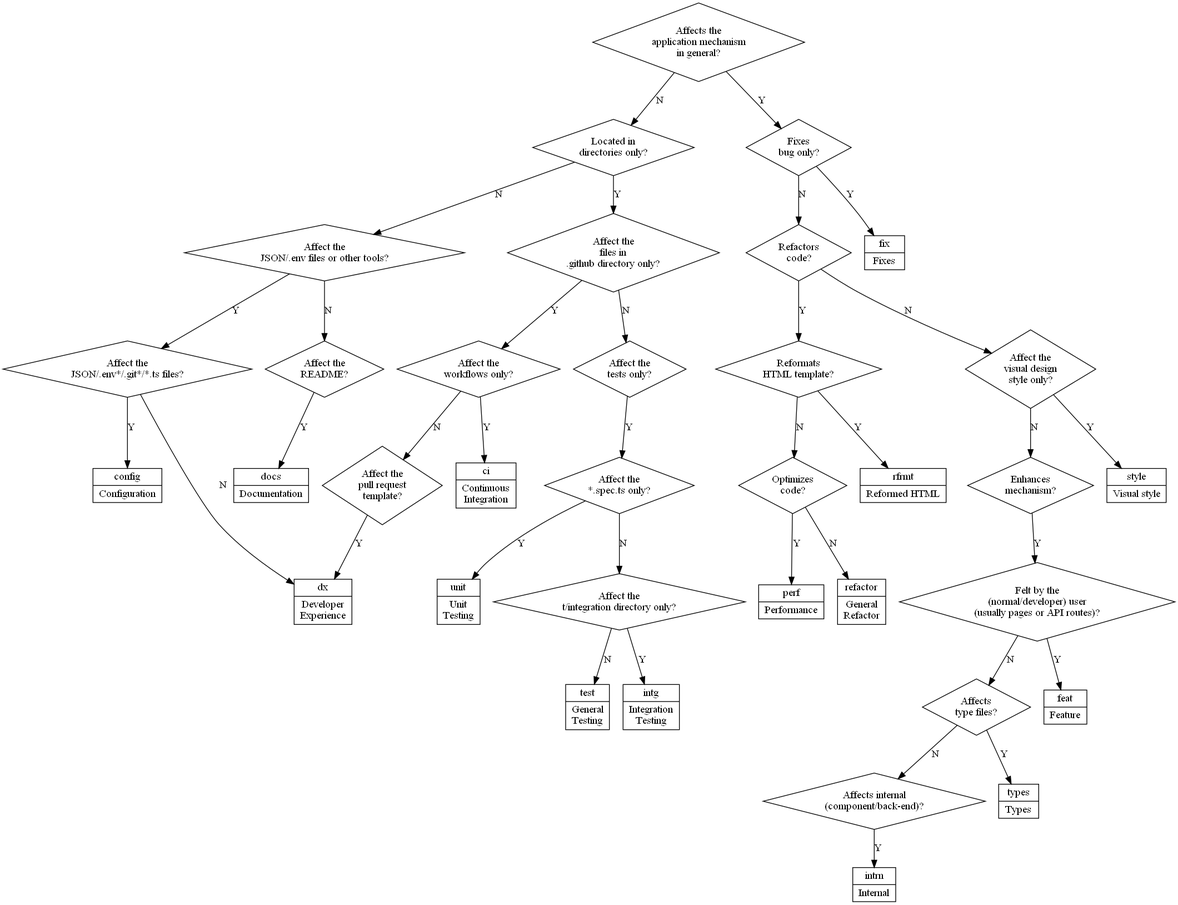
Above: dx/commit_type_guide.png in lemredd/talakutnangan (Graphviz), before the change. Its source is kept beside it as dx/commit_type_guide.dot.
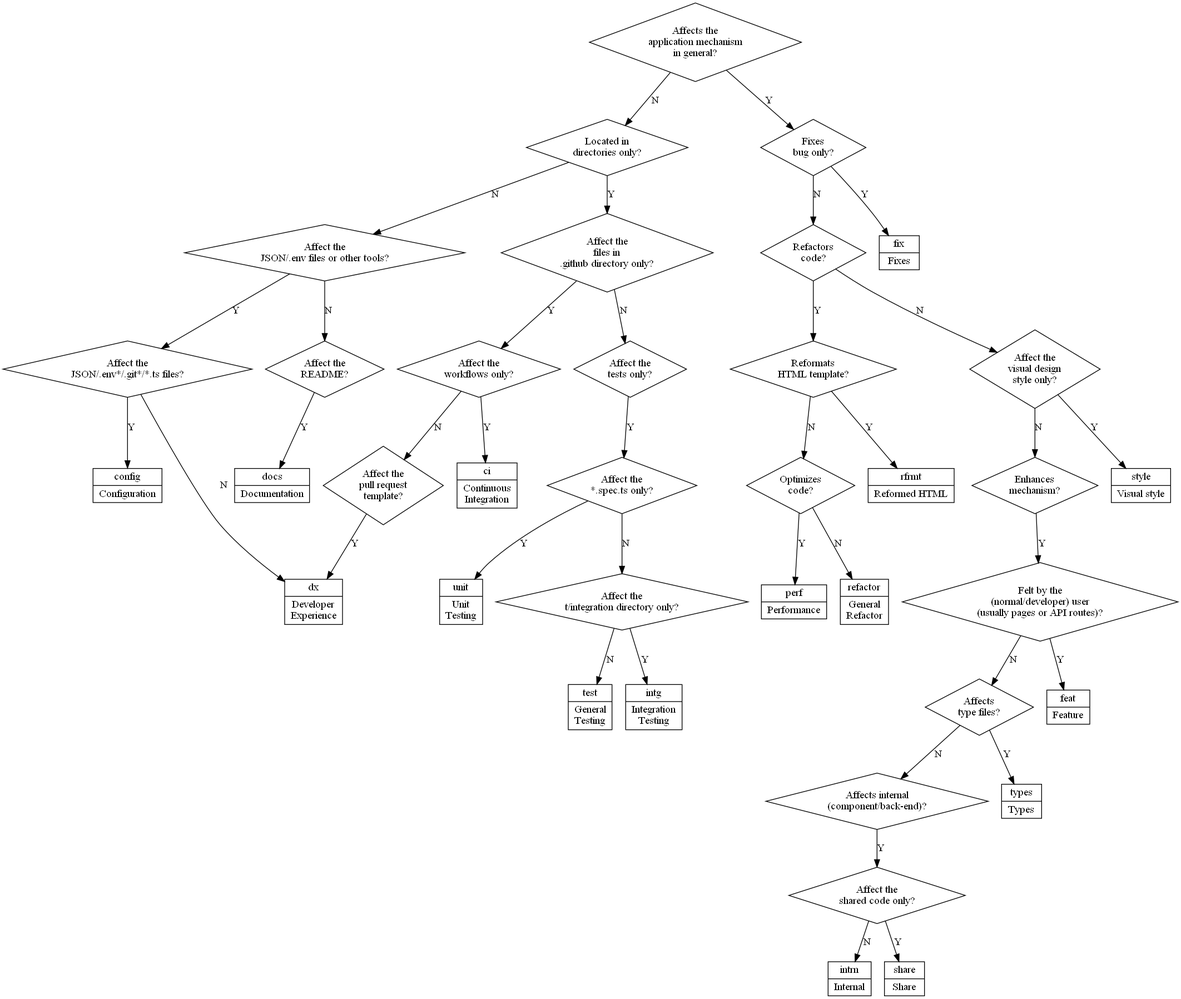
After the commit.

Commit message:
dx(guide): add *share* type

Change to the diagram source:
```diff
@@ -25,6 +25,7 @@
 		]
 		affects_types [ label = "Affects\ntype files?" ]
 		affects_internals [ label = "Affects internal\n(component/back-end)?" ]
+		affects_shared [ label = "Affect the\nshared code only?" ]
 	}
 
 	config [ label = "{config|Configuration}" ]
@@ -42,6 +43,7 @@
 	feat [ label = "{feat|Feature}" ]
 	types [ label = "{types|Types}" ]
 	intrn [ label = "{intrn|Internal}" ]
+	share [ label = "{share|Share}" ]
 
 	{
 		edge [ label = "Y" ]
@@ -64,7 +66,8 @@
 		does_enhance -> affects_user
 		affects_user -> feat
 		affects_types -> types
-		affects_internals -> intrn
+		affects_internals -> affects_shared
+		affects_shared -> share
 	}
 
 	{
@@ -84,5 +87,6 @@
 		affects_style -> does_enhance
 		affects_user -> affects_types
 		affects_types -> affects_internals
+		affects_shared -> intrn
 	}
 }
```
